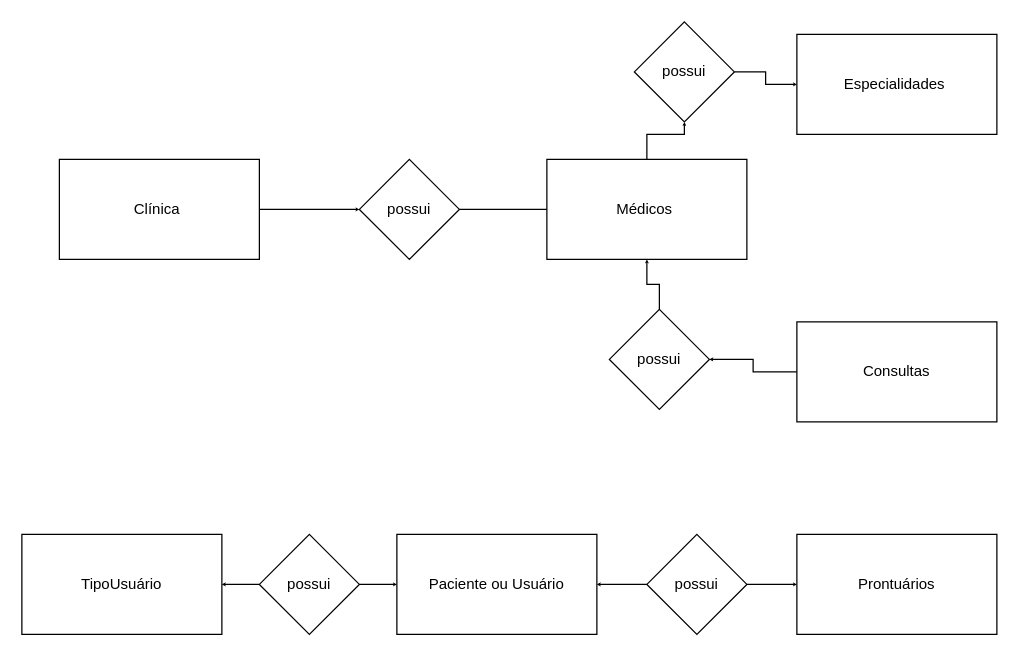
isabellaalv/SPMedicalGroup_SenaiTarde keeps this draw.io diagram as page "Page-1" (1 of 2) of ModeloLogico.drawio. Above is the earlier version. Source tidied: cells renumbered, new cells numbered last; positions are measured from the earlier drawing's top-left corner, leaving out a move shared by most shapes. Both pictures are drawn from the tidied source at 125%, with x=0, y=0 at pixel (21, 21).
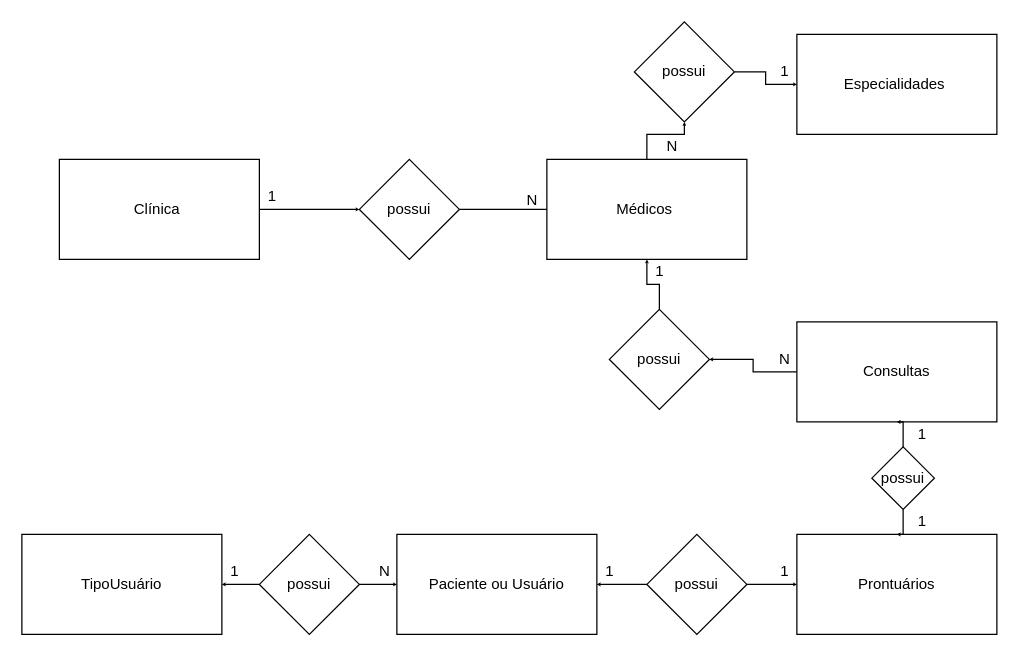
The same diagram, later.

Unchanged cells that the change refers to:
```xml
<mxCell id="12" value="Consultas" style="rounded=0;whiteSpace=wrap;html=1;" parent="1" vertex="1">
  <mxGeometry x="620" y="240" width="160" height="80" as="geometry" />
</mxCell>
<mxCell id="15" value="Prontuários" style="rounded=0;whiteSpace=wrap;html=1;" parent="1" vertex="1">
  <mxGeometry x="620" y="410" width="160" height="80" as="geometry" />
</mxCell>
```

Change to the diagram source:
```diff
@@
+    <mxCell id="24" value="1" style="text;html=1;align=center;verticalAlign=middle;" parent="1" vertex="1">
+      <mxGeometry x="190" y="130" width="20" height="20" as="geometry" />
+    </mxCell>
+    <mxCell id="25" value="N" style="text;html=1;align=center;verticalAlign=middle;" parent="1" vertex="1">
+      <mxGeometry x="398" y="133" width="20" height="20" as="geometry" />
+    </mxCell>
+    <mxCell id="26" value="N" style="text;html=1;align=center;verticalAlign=middle;" parent="1" vertex="1">
+      <mxGeometry x="510" y="90" width="20" height="20" as="geometry" />
+    </mxCell>
+    <mxCell id="27" value="1" style="text;html=1;align=center;verticalAlign=middle;" parent="1" vertex="1">
+      <mxGeometry x="600" y="30" width="20" height="20" as="geometry" />
+    </mxCell>
+    <mxCell id="28" value="1" style="text;html=1;align=center;verticalAlign=middle;" parent="1" vertex="1">
+      <mxGeometry x="500" y="190" width="20" height="20" as="geometry" />
+    </mxCell>
+    <mxCell id="29" value="N" style="text;html=1;align=center;verticalAlign=middle;" parent="1" vertex="1">
+      <mxGeometry x="600" y="260" width="20" height="20" as="geometry" />
+    </mxCell>
+    <mxCell id="30" style="edgeStyle=orthogonalEdgeStyle;rounded=0;jettySize=auto;html=1;startSize=0;endSize=0;strokeWidth=1;" parent="1" edge="1" source="32" target="12">
+      <mxGeometry relative="1" as="geometry" />
+    </mxCell>
+    <mxCell id="31" style="edgeStyle=orthogonalEdgeStyle;rounded=0;jettySize=auto;html=1;startSize=0;endSize=0;strokeWidth=1;" parent="1" edge="1" source="32" target="15">
+      <mxGeometry relative="1" as="geometry" />
+    </mxCell>
+    <mxCell id="32" value="possui" style="rhombus;whiteSpace=wrap;html=1;" parent="1" vertex="1">
+      <mxGeometry x="680" y="340" width="50" height="50" as="geometry" />
+    </mxCell>
+    <mxCell id="33" value="1" style="text;html=1;align=center;verticalAlign=middle;" parent="1" vertex="1">
+      <mxGeometry x="710" y="320" width="20" height="20" as="geometry" />
+    </mxCell>
+    <mxCell id="34" value="1" style="text;html=1;align=center;verticalAlign=middle;" parent="1" vertex="1">
+      <mxGeometry x="710" y="390" width="20" height="20" as="geometry" />
+    </mxCell>
+    <mxCell id="35" value="1" style="text;html=1;align=center;verticalAlign=middle;" parent="1" vertex="1">
+      <mxGeometry x="600" y="430" width="20" height="20" as="geometry" />
+    </mxCell>
+    <mxCell id="36" value="1" style="text;html=1;align=center;verticalAlign=middle;" parent="1" vertex="1">
+      <mxGeometry x="460" y="430" width="20" height="20" as="geometry" />
+    </mxCell>
+    <mxCell id="37" value="N" style="text;html=1;align=center;verticalAlign=middle;" parent="1" vertex="1">
+      <mxGeometry x="280" y="430" width="20" height="20" as="geometry" />
+    </mxCell>
+    <mxCell id="38" value="1" style="text;html=1;align=center;verticalAlign=middle;" parent="1" vertex="1">
+      <mxGeometry x="160" y="430" width="20" height="20" as="geometry" />
+    </mxCell>
```
